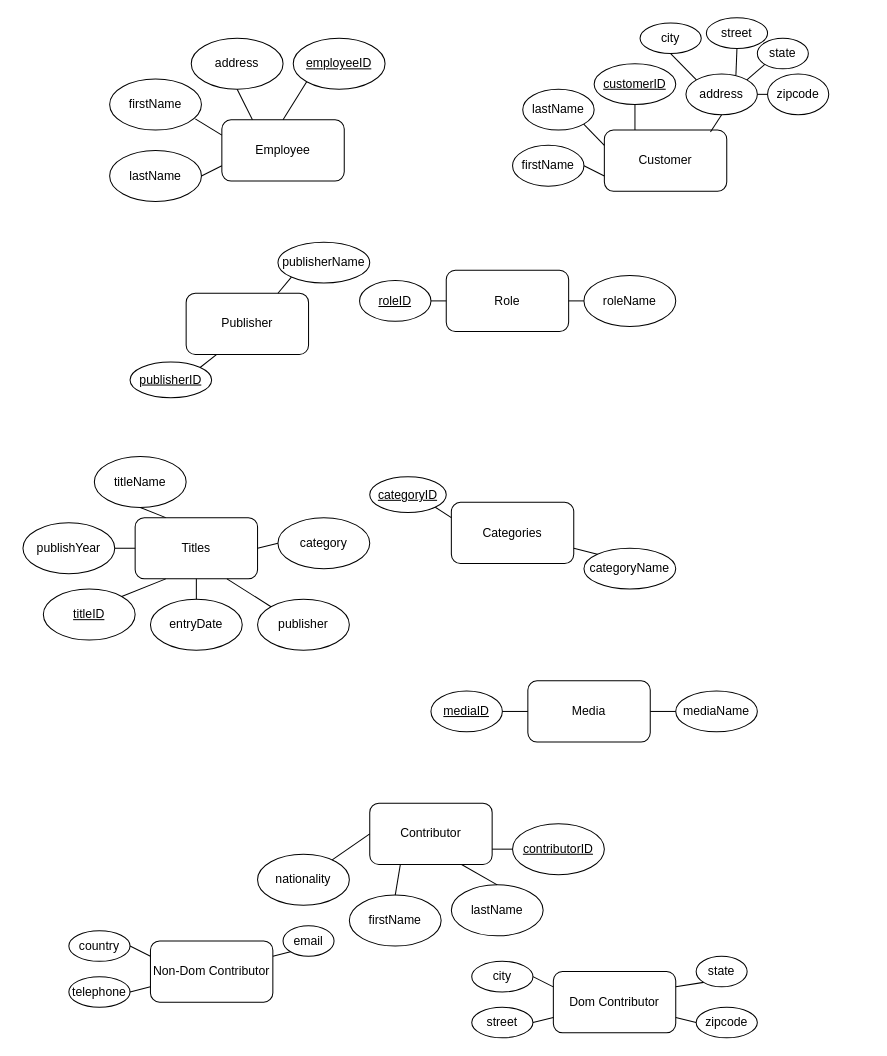
Earlier version of the draw.io diagram projecteerd.drawio (roning54/database_design). Source tidied: cells renumbered, new cells numbered last; positions are measured from the earlier drawing's top-left corner, leaving out a move shared by most shapes. Both pictures are drawn from the tidied source at 102%, with x=0, y=0 at pixel (22, 17).
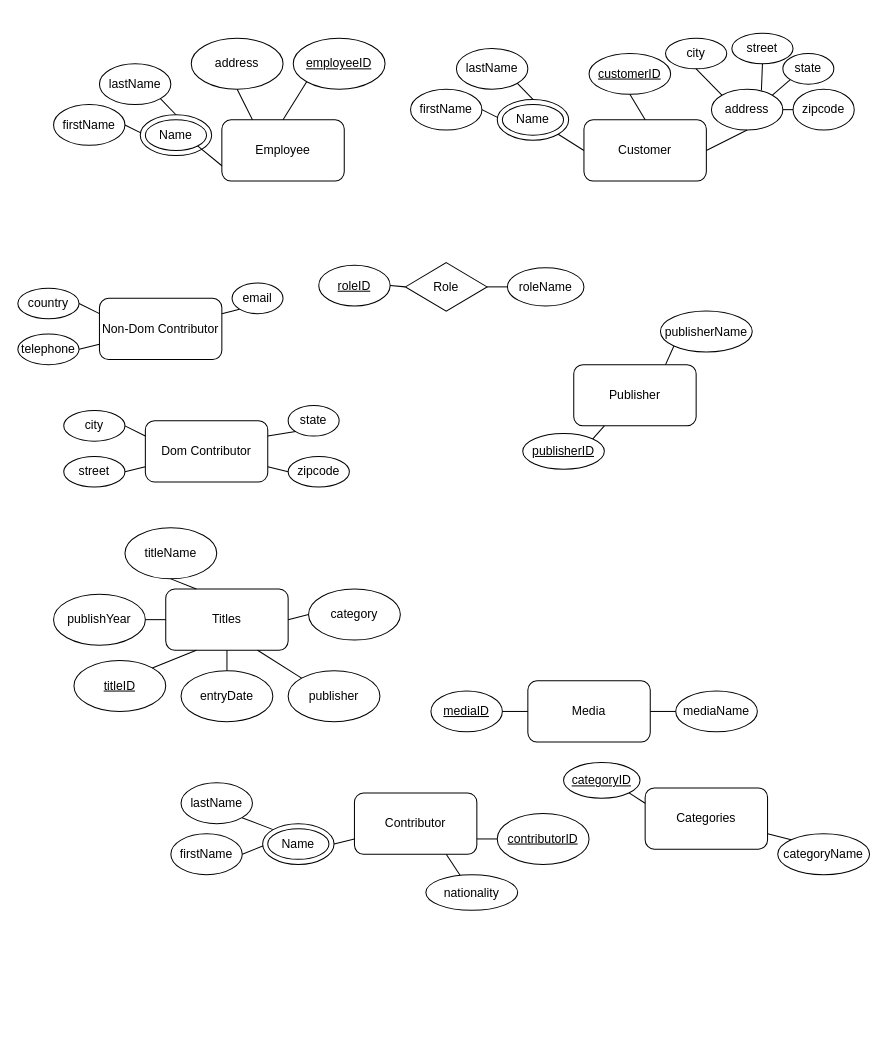
The same page after the edit.

The change refers to these unchanged cells:
```xml
<mxCell id="2" value="Employee" style="rounded=1;whiteSpace=wrap;html=1;" parent="1" vertex="1">
  <mxGeometry x="195" y="100" width="120" height="60" as="geometry" />
</mxCell>
```

Diff of the diagram source:
```diff
@@
-    <mxCell id="4" value="firstName" style="ellipse;whiteSpace=wrap;html=1;" parent="1" vertex="1">
-      <mxGeometry x="85" y="60" width="90" height="50" as="geometry" />
-    </mxCell>
-    <mxCell id="5" value="&lt;div&gt;lastName&lt;/div&gt;" style="ellipse;whiteSpace=wrap;html=1;" parent="1" vertex="1">
-      <mxGeometry x="85" y="130" width="90" height="50" as="geometry" />
-    </mxCell>
@@
     <mxCell id="7" value="Customer" style="rounded=1;whiteSpace=wrap;html=1;" parent="1" vertex="1">
-      <mxGeometry x="570" y="110" width="120" height="60" as="geometry" />
+      <mxGeometry x="550" y="100" width="120" height="60" as="geometry" />
     </mxCell>
     <mxCell id="8" value="&lt;u&gt;customerID&lt;/u&gt;" style="ellipse;whiteSpace=wrap;html=1;" parent="1" vertex="1">
-      <mxGeometry x="560" y="45" width="80" height="40" as="geometry" />
+      <mxGeometry x="555" y="35" width="80" height="40" as="geometry" />
     </mxCell>
     <mxCell id="9" value="firstName" style="ellipse;whiteSpace=wrap;html=1;" parent="1" vertex="1">
-      <mxGeometry x="480" y="125" width="70" height="40" as="geometry" />
+      <mxGeometry x="380" y="70" width="70" height="40" as="geometry" />
     </mxCell>
     <mxCell id="10" value="&lt;div&gt;lastName&lt;/div&gt;" style="ellipse;whiteSpace=wrap;html=1;" parent="1" vertex="1">
-      <mxGeometry x="490" y="70" width="70" height="40" as="geometry" />
+      <mxGeometry x="425" y="30" width="70" height="40" as="geometry" />
     </mxCell>
     <mxCell id="11" value="address" style="ellipse;whiteSpace=wrap;html=1;" parent="1" vertex="1">
-      <mxGeometry x="650" y="55" width="70" height="40" as="geometry" />
+      <mxGeometry x="675" y="70" width="70" height="40" as="geometry" />
     </mxCell>
     <mxCell id="12" value="city" style="ellipse;whiteSpace=wrap;html=1;" parent="1" vertex="1">
-      <mxGeometry x="605" y="5" width="60" height="30" as="geometry" />
+      <mxGeometry x="630" y="20" width="60" height="30" as="geometry" />
     </mxCell>
     <mxCell id="13" value="&lt;div&gt;state&lt;/div&gt;" style="ellipse;whiteSpace=wrap;html=1;" parent="1" vertex="1">
-      <mxGeometry x="720" y="20" width="50" height="30" as="geometry" />
+      <mxGeometry x="745" y="35" width="50" height="30" as="geometry" />
     </mxCell>
     <mxCell id="14" value="zipcode" style="ellipse;whiteSpace=wrap;html=1;" parent="1" vertex="1">
-      <mxGeometry x="730" y="55" width="60" height="40" as="geometry" />
+      <mxGeometry x="755" y="70" width="60" height="40" as="geometry" />
     </mxCell>
     <mxCell id="15" value="street" style="ellipse;whiteSpace=wrap;html=1;" parent="1" vertex="1">
-      <mxGeometry x="670" width="60" height="30" as="geometry" />
+      <mxGeometry x="695" y="15" width="60" height="30" as="geometry" />
     </mxCell>
-    <mxCell id="16" style="endArrow=none;html=1;entryX=0;entryY=0.75;entryDx=0;entryDy=0;exitX=1;exitY=0.5;exitDx=0;exitDy=0;" parent="1" edge="1" source="5" target="2">
-      <mxGeometry relative="1" as="geometry" />
-    </mxCell>
-    <mxCell id="17" style="endArrow=none;html=1;entryX=0;entryY=0.25;entryDx=0;entryDy=0;exitX=0.933;exitY=0.78;exitDx=0;exitDy=0;exitPerimeter=0;" parent="1" edge="1" source="4" target="2">
-      <mxGeometry relative="1" as="geometry" />
-    </mxCell>
@@
-    <mxCell id="24" style="endArrow=none;html=1;entryX=0.25;entryY=0;entryDx=0;entryDy=0;exitX=0.5;exitY=1;exitDx=0;exitDy=0;" parent="1" edge="1" source="8" target="7">
+    <mxCell id="24" style="endArrow=none;html=1;entryX=0.5;entryY=0;entryDx=0;entryDy=0;exitX=0.5;exitY=1;exitDx=0;exitDy=0;" parent="1" edge="1" source="8" target="7">
       <mxGeometry relative="1" as="geometry" />
     </mxCell>
-    <mxCell id="25" style="endArrow=none;html=1;exitX=1;exitY=1;exitDx=0;exitDy=0;entryX=0;entryY=0.25;entryDx=0;entryDy=0;" parent="1" edge="1" source="10" target="7">
+    <mxCell id="25" style="endArrow=none;html=1;exitX=1;exitY=1;exitDx=0;exitDy=0;entryX=0.5;entryY=0;entryDx=0;entryDy=0;" parent="1" edge="1" source="10" target="86">
       <mxGeometry relative="1" as="geometry" />
     </mxCell>
-    <mxCell id="26" style="endArrow=none;html=1;entryX=1;entryY=0.5;entryDx=0;entryDy=0;exitX=0;exitY=0.75;exitDx=0;exitDy=0;" parent="1" edge="1" source="7" target="9">
+    <mxCell id="26" style="endArrow=none;html=1;entryX=1;entryY=0.5;entryDx=0;entryDy=0;exitX=0;exitY=0.5;exitDx=0;exitDy=0;" parent="1" edge="1" source="87" target="9">
       <mxGeometry relative="1" as="geometry" />
     </mxCell>
-    <mxCell id="27" style="endArrow=none;html=1;entryX=0.867;entryY=0.033;entryDx=0;entryDy=0;exitX=0.5;exitY=1;exitDx=0;exitDy=0;entryPerimeter=0;" parent="1" edge="1" source="11" target="7">
+    <mxCell id="27" style="endArrow=none;html=1;entryX=1;entryY=0.5;entryDx=0;entryDy=0;exitX=0.5;exitY=1;exitDx=0;exitDy=0;" parent="1" edge="1" source="11" target="7">
       <mxGeometry relative="1" as="geometry" />
     </mxCell>
@@
     <mxCell id="33" value="Titles" style="rounded=1;whiteSpace=wrap;html=1;" parent="1" vertex="1">
-      <mxGeometry x="110" y="490" width="120" height="60" as="geometry" />
+      <mxGeometry x="140" y="560" width="120" height="60" as="geometry" />
     </mxCell>
     <mxCell id="34" value="&lt;u&gt;titleID&lt;/u&gt;" style="ellipse;whiteSpace=wrap;html=1;" parent="1" vertex="1">
-      <mxGeometry x="20" y="560" width="90" height="50" as="geometry" />
+      <mxGeometry x="50" y="630" width="90" height="50" as="geometry" />
     </mxCell>
     <mxCell id="35" value="category" style="ellipse;whiteSpace=wrap;html=1;" parent="1" vertex="1">
-      <mxGeometry x="250" y="490" width="90" height="50" as="geometry" />
+      <mxGeometry x="280" y="560" width="90" height="50" as="geometry" />
     </mxCell>
     <mxCell id="36" value="publishYear" style="ellipse;whiteSpace=wrap;html=1;" parent="1" vertex="1">
-      <mxGeometry y="495" width="90" height="50" as="geometry" />
+      <mxGeometry x="30" y="565" width="90" height="50" as="geometry" />
     </mxCell>
     <mxCell id="37" value="titleName" style="ellipse;whiteSpace=wrap;html=1;" parent="1" vertex="1">
-      <mxGeometry x="70" y="430" width="90" height="50" as="geometry" />
+      <mxGeometry x="100" y="500" width="90" height="50" as="geometry" />
     </mxCell>
     <mxCell id="38" value="entryDate" style="ellipse;whiteSpace=wrap;html=1;" parent="1" vertex="1">
-      <mxGeometry x="125" y="570" width="90" height="50" as="geometry" />
+      <mxGeometry x="155" y="640" width="90" height="50" as="geometry" />
     </mxCell>
     <mxCell id="39" value="publisher" style="ellipse;whiteSpace=wrap;html=1;" parent="1" vertex="1">
-      <mxGeometry x="230" y="570" width="90" height="50" as="geometry" />
+      <mxGeometry x="260" y="640" width="90" height="50" as="geometry" />
     </mxCell>
@@
     <mxCell id="46" value="Contributor" style="rounded=1;whiteSpace=wrap;html=1;" parent="1" vertex="1">
-      <mxGeometry x="340" y="770" width="120" height="60" as="geometry" />
+      <mxGeometry x="325" y="760" width="120" height="60" as="geometry" />
     </mxCell>
     <mxCell id="47" value="&lt;u&gt;contributorID&lt;/u&gt;" style="ellipse;whiteSpace=wrap;html=1;" parent="1" vertex="1">
-      <mxGeometry x="480" y="790" width="90" height="50" as="geometry" />
+      <mxGeometry x="465" y="780" width="90" height="50" as="geometry" />
     </mxCell>
-    <mxCell id="48" value="firstName" style="ellipse;whiteSpace=wrap;html=1;" parent="1" vertex="1">
-      <mxGeometry x="320" y="860" width="90" height="50" as="geometry" />
-    </mxCell>
-    <mxCell id="49" value="&lt;div&gt;lastName&lt;/div&gt;" style="ellipse;whiteSpace=wrap;html=1;" parent="1" vertex="1">
-      <mxGeometry x="420" y="850" width="90" height="50" as="geometry" />
-    </mxCell>
     <mxCell id="50" value="nationality" style="ellipse;whiteSpace=wrap;html=1;" parent="1" vertex="1">
-      <mxGeometry x="230" y="820" width="90" height="50" as="geometry" />
+      <mxGeometry x="395" y="840" width="90" height="35" as="geometry" />
     </mxCell>
-    <mxCell id="51" style="endArrow=none;html=1;entryX=0;entryY=0.5;entryDx=0;entryDy=0;" parent="1" edge="1" source="50" target="46">
+    <mxCell id="51" style="endArrow=none;html=1;entryX=0.75;entryY=1;entryDx=0;entryDy=0;" parent="1" edge="1" source="50" target="46">
       <mxGeometry relative="1" as="geometry" />
     </mxCell>
-    <mxCell id="52" style="endArrow=none;html=1;entryX=0.5;entryY=0;entryDx=0;entryDy=0;exitX=0.25;exitY=1;exitDx=0;exitDy=0;" parent="1" edge="1" source="46" target="48">
-      <mxGeometry relative="1" as="geometry" />
-    </mxCell>
-    <mxCell id="53" style="endArrow=none;html=1;entryX=0.5;entryY=0;entryDx=0;entryDy=0;exitX=0.75;exitY=1;exitDx=0;exitDy=0;" parent="1" edge="1" source="46" target="49">
-      <mxGeometry relative="1" as="geometry" />
-    </mxCell>
@@
-    <mxCell id="55" value="Role" style="rounded=1;whiteSpace=wrap;html=1;" parent="1" vertex="1">
-      <mxGeometry x="415" y="247.5" width="120" height="60" as="geometry" />
-    </mxCell>
     <mxCell id="56" value="&lt;u&gt;roleID&lt;/u&gt;" style="ellipse;whiteSpace=wrap;html=1;" parent="1" vertex="1">
-      <mxGeometry x="330" y="257.5" width="70" height="40" as="geometry" />
+      <mxGeometry x="290" y="242.5" width="70" height="40" as="geometry" />
     </mxCell>
     <mxCell id="57" value="&lt;div&gt;roleName&lt;/div&gt;" style="ellipse;whiteSpace=wrap;html=1;" parent="1" vertex="1">
-      <mxGeometry x="550" y="252.5" width="90" height="50" as="geometry" />
+      <mxGeometry x="475" y="245" width="75" height="37.5" as="geometry" />
     </mxCell>
@@
     <mxCell id="60" value="Dom Contributor" style="rounded=1;whiteSpace=wrap;html=1;" parent="1" vertex="1">
-      <mxGeometry x="520" y="935" width="120" height="60" as="geometry" />
+      <mxGeometry x="120" y="395" width="120" height="60" as="geometry" />
     </mxCell>
     <mxCell id="61" value="street" style="ellipse;whiteSpace=wrap;html=1;" parent="1" vertex="1">
-      <mxGeometry x="440" y="970" width="60" height="30" as="geometry" />
+      <mxGeometry x="40" y="430" width="60" height="30" as="geometry" />
     </mxCell>
     <mxCell id="62" value="city" style="ellipse;whiteSpace=wrap;html=1;" parent="1" vertex="1">
-      <mxGeometry x="440" y="925" width="60" height="30" as="geometry" />
+      <mxGeometry x="40" y="385" width="60" height="30" as="geometry" />
     </mxCell>
     <mxCell id="63" value="&lt;div&gt;state&lt;/div&gt;" style="ellipse;whiteSpace=wrap;html=1;" parent="1" vertex="1">
-      <mxGeometry x="660" y="920" width="50" height="30" as="geometry" />
+      <mxGeometry x="260" y="380" width="50" height="30" as="geometry" />
     </mxCell>
     <mxCell id="64" value="zipcode" style="ellipse;whiteSpace=wrap;html=1;" parent="1" vertex="1">
-      <mxGeometry x="660" y="970" width="60" height="30" as="geometry" />
+      <mxGeometry x="260" y="430" width="60" height="30" as="geometry" />
     </mxCell>
@@
     <mxCell id="69" value="Categories" style="rounded=1;whiteSpace=wrap;html=1;" parent="1" vertex="1">
-      <mxGeometry x="420" y="475" width="120" height="60" as="geometry" />
+      <mxGeometry x="610" y="755" width="120" height="60" as="geometry" />
     </mxCell>
     <mxCell id="70" value="Publisher" style="rounded=1;whiteSpace=wrap;html=1;" parent="1" vertex="1">
-      <mxGeometry x="160" y="270" width="120" height="60" as="geometry" />
+      <mxGeometry x="540" y="340" width="120" height="60" as="geometry" />
     </mxCell>
     <mxCell id="71" value="publisherName" style="ellipse;whiteSpace=wrap;html=1;" parent="1" vertex="1">
-      <mxGeometry x="250" y="220" width="90" height="40" as="geometry" />
+      <mxGeometry x="625" y="287.5" width="90" height="40" as="geometry" />
     </mxCell>
     <mxCell id="72" value="&lt;u&gt;publisherID&lt;/u&gt;" style="ellipse;whiteSpace=wrap;html=1;" parent="1" vertex="1">
-      <mxGeometry x="105" y="337.5" width="80" height="35" as="geometry" />
+      <mxGeometry x="490" y="407.5" width="80" height="35" as="geometry" />
     </mxCell>
@@
     <mxCell id="75" value="&lt;u&gt;categoryID&lt;/u&gt;" style="ellipse;whiteSpace=wrap;html=1;" parent="1" vertex="1">
-      <mxGeometry x="340" y="450" width="75" height="35" as="geometry" />
+      <mxGeometry x="530" y="730" width="75" height="35" as="geometry" />
     </mxCell>
     <mxCell id="76" value="categoryName" style="ellipse;whiteSpace=wrap;html=1;" parent="1" vertex="1">
-      <mxGeometry x="550" y="520" width="90" height="40" as="geometry" />
+      <mxGeometry x="740" y="800" width="90" height="40" as="geometry" />
     </mxCell>
@@
     <mxCell id="79" value="Non-Dom Contributor" style="rounded=1;whiteSpace=wrap;html=1;" parent="1" vertex="1">
-      <mxGeometry x="125" y="905" width="120" height="60" as="geometry" />
+      <mxGeometry x="75" y="275" width="120" height="60" as="geometry" />
     </mxCell>
     <mxCell id="80" value="telephone" style="ellipse;whiteSpace=wrap;html=1;" parent="1" vertex="1">
-      <mxGeometry x="45" y="940" width="60" height="30" as="geometry" />
+      <mxGeometry x="-5" y="310" width="60" height="30" as="geometry" />
     </mxCell>
     <mxCell id="81" value="country" style="ellipse;whiteSpace=wrap;html=1;" parent="1" vertex="1">
-      <mxGeometry x="45" y="895" width="60" height="30" as="geometry" />
+      <mxGeometry x="-5" y="265" width="60" height="30" as="geometry" />
     </mxCell>
     <mxCell id="82" value="email" style="ellipse;whiteSpace=wrap;html=1;" parent="1" vertex="1">
-      <mxGeometry x="255" y="890" width="50" height="30" as="geometry" />
+      <mxGeometry x="205" y="260" width="50" height="30" as="geometry" />
     </mxCell>
@@
+    <mxCell id="55" value="Role" style="rhombus;whiteSpace=wrap;html=1;" parent="1" vertex="1">
+      <mxGeometry x="375" y="240" width="80" height="47.5" as="geometry" />
+    </mxCell>
+    <mxCell id="86" style="ellipse;whiteSpace=wrap;html=1;" parent="1" vertex="1">
+      <mxGeometry x="465" y="80" width="70" height="40" as="geometry" />
+    </mxCell>
+    <mxCell id="87" value="Name" style="ellipse;whiteSpace=wrap;html=1;" parent="1" vertex="1">
+      <mxGeometry x="470" y="85" width="60" height="30" as="geometry" />
+    </mxCell>
+    <mxCell id="88" value="firstName" style="ellipse;whiteSpace=wrap;html=1;" parent="1" vertex="1">
+      <mxGeometry x="30" y="85" width="70" height="40" as="geometry" />
+    </mxCell>
+    <mxCell id="89" value="&lt;div&gt;lastName&lt;/div&gt;" style="ellipse;whiteSpace=wrap;html=1;" parent="1" vertex="1">
+      <mxGeometry x="75" y="45" width="70" height="40" as="geometry" />
+    </mxCell>
+    <mxCell id="90" style="endArrow=none;html=1;exitX=1;exitY=1;exitDx=0;exitDy=0;entryX=0.5;entryY=0;entryDx=0;entryDy=0;" parent="1" edge="1" source="89" target="92">
+      <mxGeometry relative="1" as="geometry" />
+    </mxCell>
+    <mxCell id="91" style="endArrow=none;html=1;entryX=1;entryY=0.5;entryDx=0;entryDy=0;exitX=0;exitY=0.5;exitDx=0;exitDy=0;" parent="1" edge="1" source="93" target="88">
+      <mxGeometry relative="1" as="geometry" />
+    </mxCell>
+    <mxCell id="92" style="ellipse;whiteSpace=wrap;html=1;" parent="1" vertex="1">
+      <mxGeometry x="115" y="95" width="70" height="40" as="geometry" />
+    </mxCell>
+    <mxCell id="93" value="Name" style="ellipse;whiteSpace=wrap;html=1;" parent="1" vertex="1">
+      <mxGeometry x="120" y="100" width="60" height="30" as="geometry" />
+    </mxCell>
+    <mxCell id="94" style="endArrow=none;html=1;entryX=0;entryY=0.5;entryDx=0;entryDy=0;exitX=1;exitY=1;exitDx=0;exitDy=0;" parent="1" edge="1" source="86" target="7">
+      <mxGeometry relative="1" as="geometry" />
+    </mxCell>
+    <mxCell id="95" style="endArrow=none;html=1;entryX=0;entryY=0.75;entryDx=0;entryDy=0;exitX=1;exitY=1;exitDx=0;exitDy=0;" parent="1" edge="1" source="93" target="2">
+      <mxGeometry relative="1" as="geometry" />
+    </mxCell>
+    <mxCell id="96" value="firstName" style="ellipse;whiteSpace=wrap;html=1;" parent="1" vertex="1">
+      <mxGeometry x="145" y="800" width="70" height="40" as="geometry" />
+    </mxCell>
+    <mxCell id="97" value="&lt;div&gt;lastName&lt;/div&gt;" style="ellipse;whiteSpace=wrap;html=1;" parent="1" vertex="1">
+      <mxGeometry x="155" y="750" width="70" height="40" as="geometry" />
+    </mxCell>
+    <mxCell id="98" style="endArrow=none;html=1;exitX=1;exitY=1;exitDx=0;exitDy=0;entryX=0;entryY=0;entryDx=0;entryDy=0;" parent="1" edge="1" source="97" target="100">
+      <mxGeometry relative="1" as="geometry" />
+    </mxCell>
+    <mxCell id="99" style="endArrow=none;html=1;entryX=1;entryY=0.5;entryDx=0;entryDy=0;exitX=0;exitY=0.5;exitDx=0;exitDy=0;" parent="1" edge="1" source="101" target="96">
+      <mxGeometry relative="1" as="geometry" />
+    </mxCell>
+    <mxCell id="100" style="ellipse;whiteSpace=wrap;html=1;" parent="1" vertex="1">
+      <mxGeometry x="235" y="790" width="70" height="40" as="geometry" />
+    </mxCell>
+    <mxCell id="101" value="Name" style="ellipse;whiteSpace=wrap;html=1;" parent="1" vertex="1">
+      <mxGeometry x="240" y="795" width="60" height="30" as="geometry" />
+    </mxCell>
+    <mxCell id="102" style="endArrow=none;html=1;exitX=1;exitY=0.5;exitDx=0;exitDy=0;entryX=0;entryY=0.75;entryDx=0;entryDy=0;" parent="1" edge="1" source="100" target="46">
+      <mxGeometry relative="1" as="geometry" />
+    </mxCell>
```
